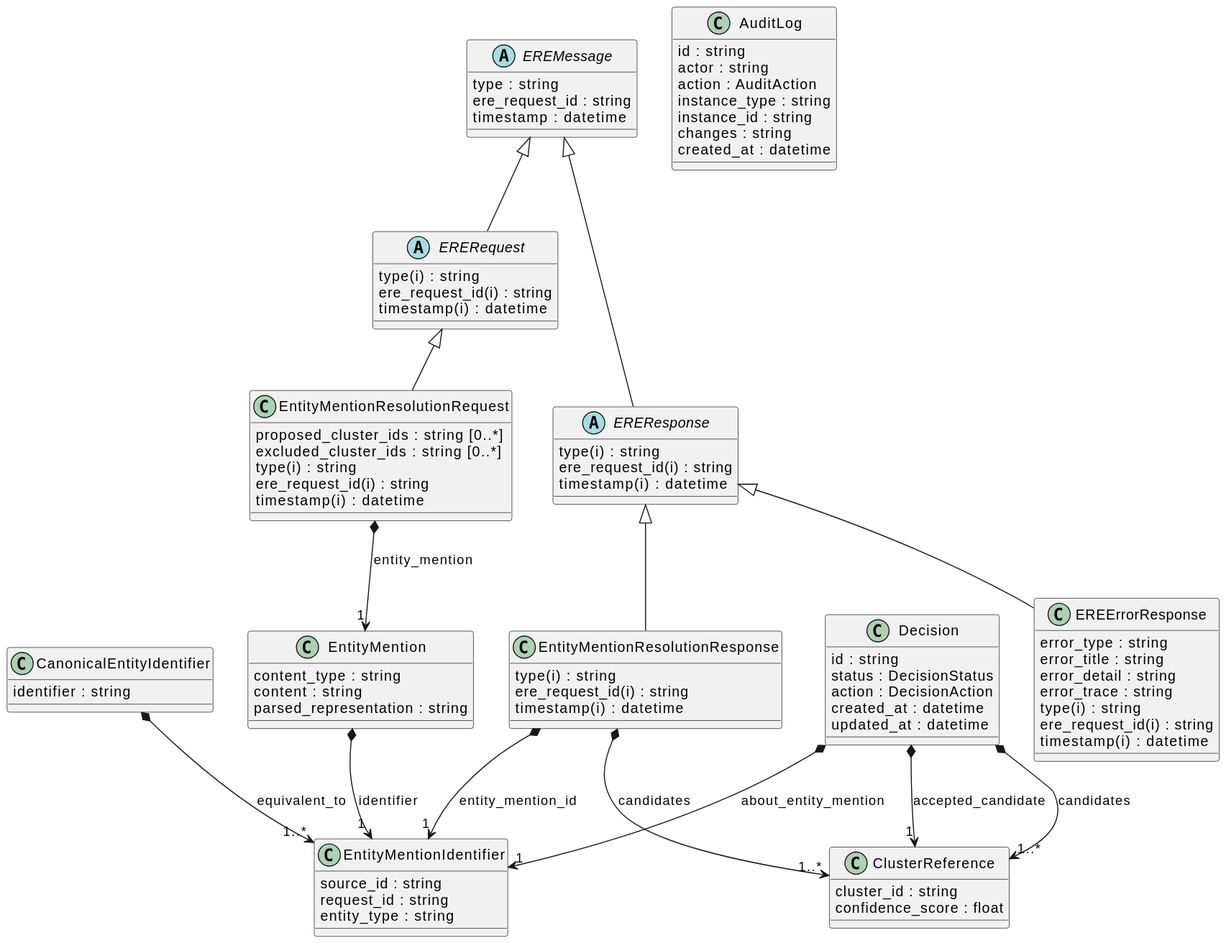
This is docs/schema/EreServiceSchema.svg from OP-TED/entity-resolution-spec, a PlantUML export, as it was before one commit.
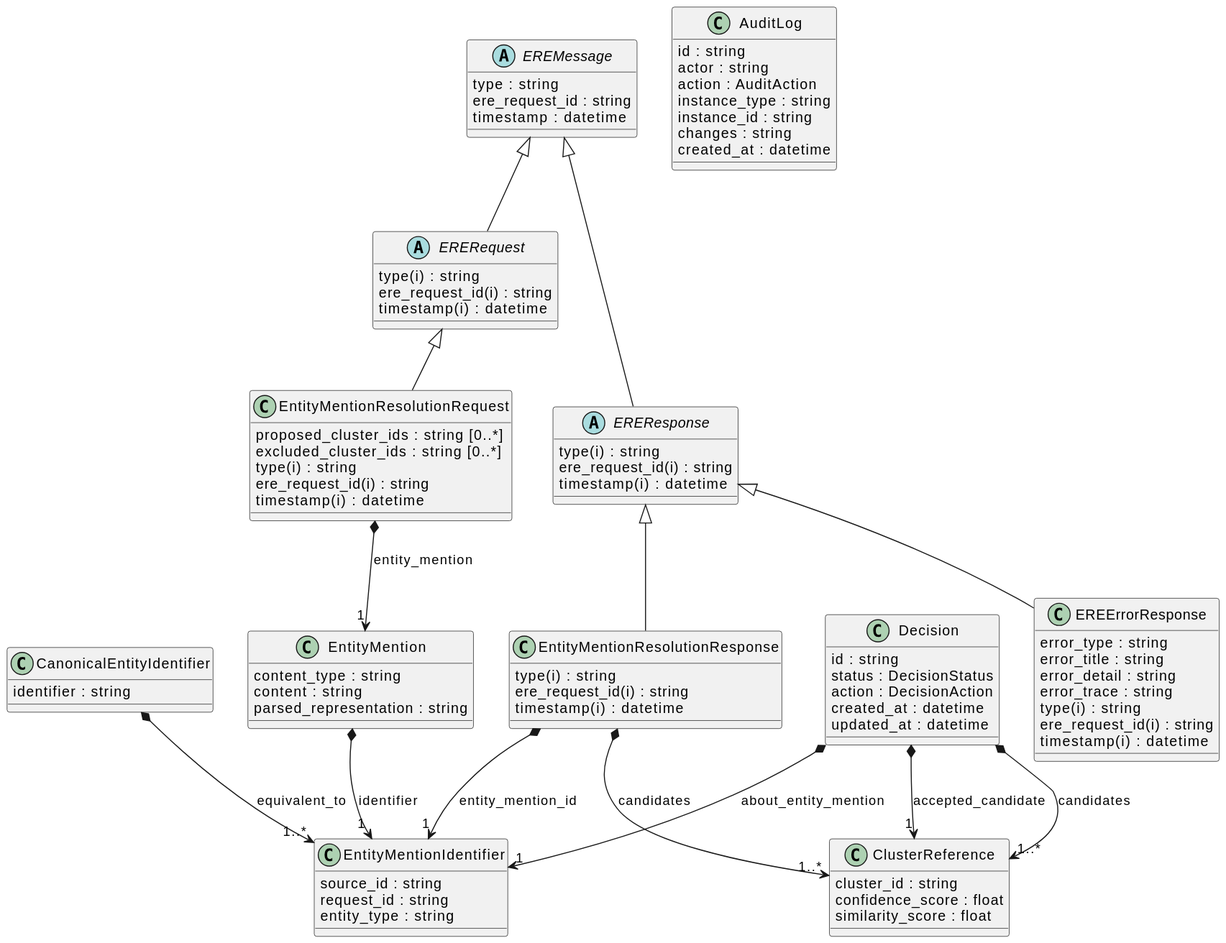
Above is the later version.

The edit, as a diff of the source:
```diff
@@ -28,9 +28,10 @@
 "Decision" *--> "1" "EntityMentionIdentifier" : "about_entity_mention"
 "EntityMentionResolutionResponse" *--> "1" "EntityMentionIdentifier" : "entity_mention_id"
 "EntityMention" *--> "1" "EntityMentionIdentifier" : "identifier"
-class "ClusterReference" [[{A reference to a cluster to which an entity is deemed to belong, with an associated confidence score.}]] {
+class "ClusterReference" [[{A reference to a cluster to which an entity is deemed to belong, with an associated confidence and similarity scores.}]] {
     {field} cluster_id : string
     {field} confidence_score : float
+    {field} similarity_score : float
 }
 abstract "EREResponse" [[{Root class to represent all the responses sent by the ERE.}]] {
     {field} type(i) : string
```
